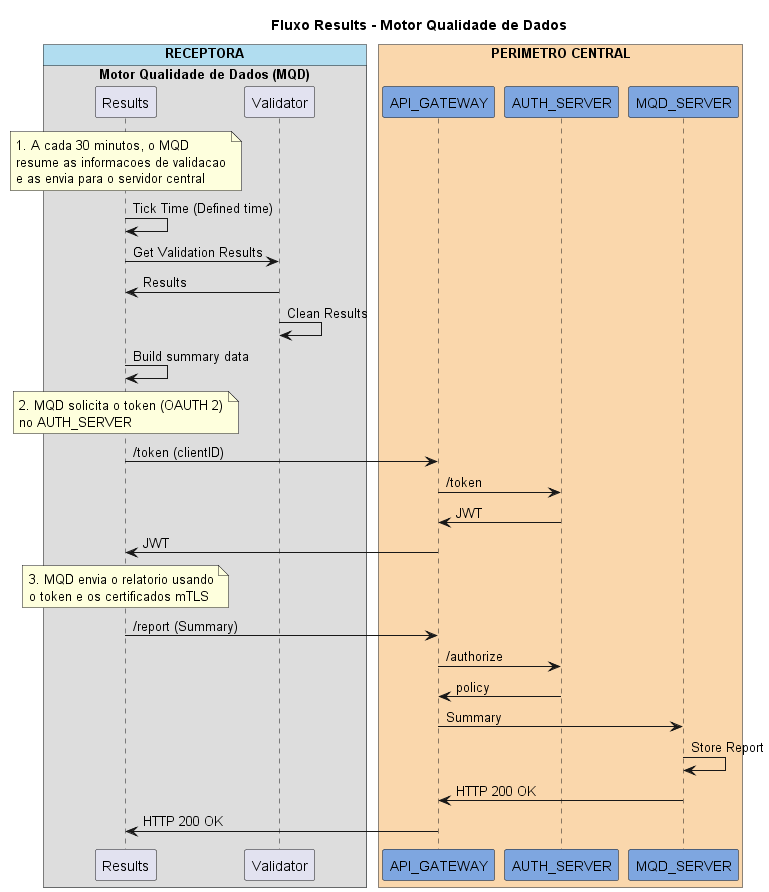
Earlier version of the PlantUML export docs/Arquitetura/desenhos/fluxo_Envio_Results.png (OpenBanking-Brasil/mqd-client).
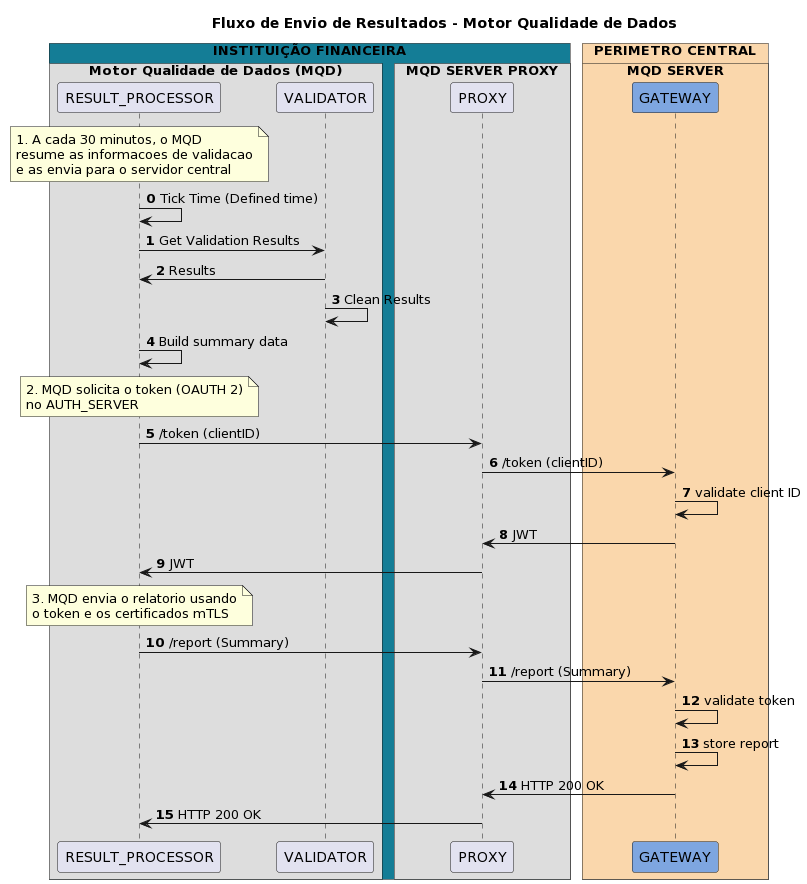
The same file after the commit.

Change to the diagram source:
```diff
@@ -1,52 +1,55 @@
 @startuml
-title Fluxo Results - Motor Qualidade de Dados
+title Fluxo de Envio de Resultados - Motor Qualidade de Dados
 
 !pragma teoz true
-box "RECEPTORA" #B1DDF0
+box "INSTITUIÇÃO FINANCEIRA" #147d96
   box "Motor Qualidade de Dados (MQD)"
-    participant Results
-    participant Validator
+    participant RESULT_PROCESSOR
+    participant VALIDATOR
+  end box
+  box "MQD SERVER PROXY"
+    participant PROXY
   end box
 end box
 
 box "PERIMETRO CENTRAL" #FAD7AC
-   participant API_GATEWAY #7EA6E0
-   participant AUTH_SERVER #7EA6E0
-   participant MQD_SERVER #7EA6E0
+   box "MQD SERVER" #FAD7AC
+   participant GATEWAY #7EA6E0
 end box
 
-note over Results
+note over RESULT_PROCESSOR
    1. A cada 30 minutos, o MQD
    resume as informacoes de validacao
    e as envia para o servidor central
 end note
 
-Results -> Results : Tick Time (Defined time)
-Results -> Validator : Get Validation Results
-Validator -> Results : Results
-Validator -> Validator : Clean Results
-Results -> Results : Build summary data
+autonumber 0
+RESULT_PROCESSOR -> RESULT_PROCESSOR : Tick Time (Defined time)
+RESULT_PROCESSOR -> VALIDATOR : Get Validation Results
+VALIDATOR -> RESULT_PROCESSOR : Results
+VALIDATOR -> VALIDATOR : Clean Results
+RESULT_PROCESSOR -> RESULT_PROCESSOR : Build summary data
 
-note over Results
+note over RESULT_PROCESSOR
    2. MQD solicita o token (OAUTH 2)
    no AUTH_SERVER
 end note
 
-Results -> API_GATEWAY: /token (clientID)
-API_GATEWAY -> AUTH_SERVER :/token
-AUTH_SERVER -> API_GATEWAY : JWT
-API_GATEWAY -> Results : JWT
+RESULT_PROCESSOR -> PROXY: /token (clientID)
+PROXY -> GATEWAY: /token (clientID)
+GATEWAY -> GATEWAY : validate client ID
+GATEWAY -> PROXY : JWT
+PROXY -> RESULT_PROCESSOR : JWT
 
-note over Results
+note over RESULT_PROCESSOR
    3. MQD envia o relatorio usando
    o token e os certificados mTLS
 end note
 
-Results -> API_GATEWAY : /report (Summary)
-API_GATEWAY -> AUTH_SERVER : /authorize
-AUTH_SERVER -> API_GATEWAY : policy
-API_GATEWAY -> MQD_SERVER : Summary
-MQD_SERVER -> MQD_SERVER : Store Report
-MQD_SERVER -> API_GATEWAY : HTTP 200 OK
-API_GATEWAY -> Results : HTTP 200 OK
+RESULT_PROCESSOR -> PROXY : /report (Summary)
+PROXY -> GATEWAY : /report (Summary)
+GATEWAY -> GATEWAY : validate token
+GATEWAY -> GATEWAY : store report
+GATEWAY -> PROXY : HTTP 200 OK
+PROXY -> RESULT_PROCESSOR : HTTP 200 OK
 @enduml
```
